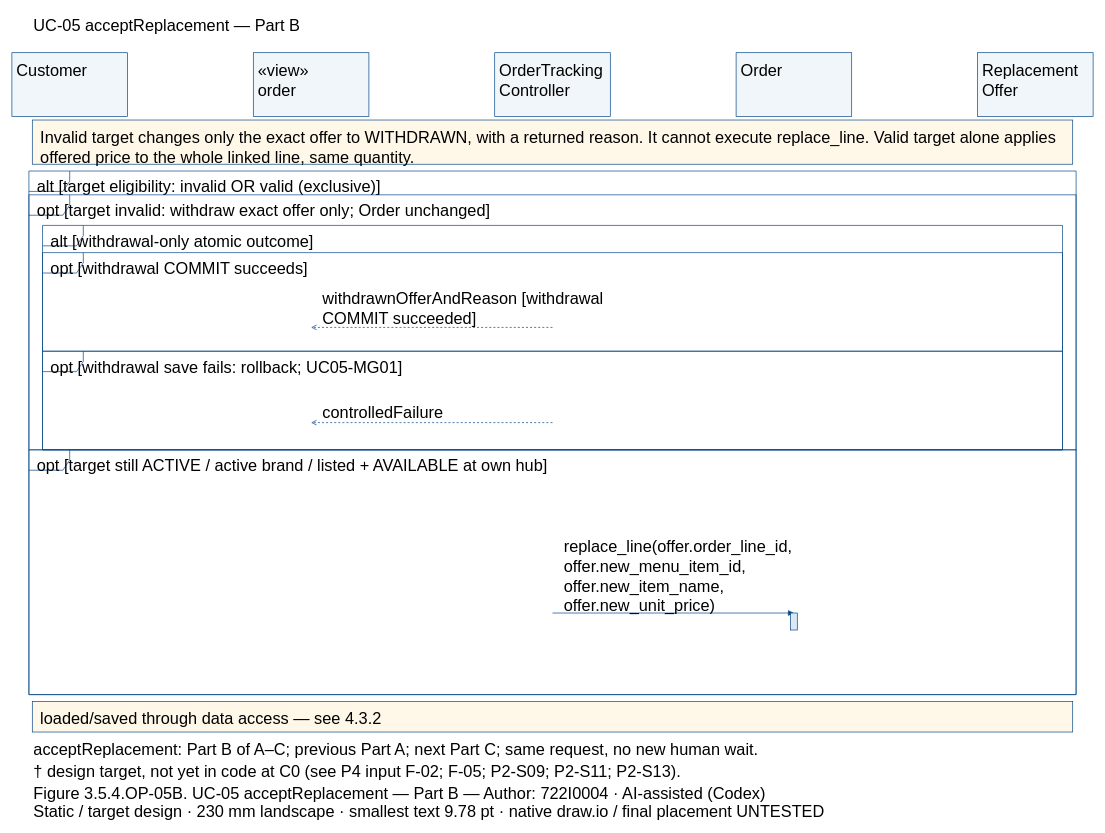
Above: models/UC-05/seq_uc05_acceptReplacement_PartB.drawio in Dat071104/SaigonBite (draw.io), before the change. Source tidied: cells renumbered, new cells numbered last; positions are measured from the earlier drawing's top-left corner, leaving out a move shared by most shapes. Both pictures are drawn from the tidied source at 68%, with x=0, y=0 at pixel (12, 12).
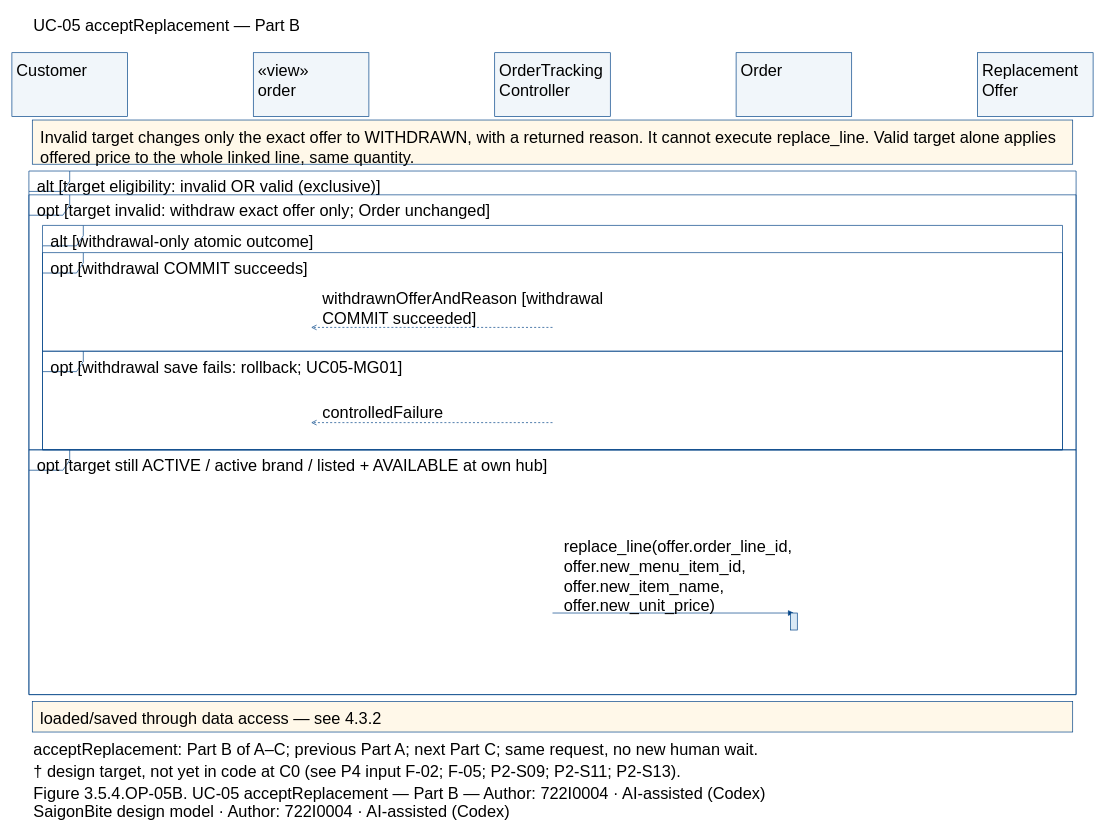
The same diagram, later.

What changed in the source:
```diff
@@
-    <mxCell id="45" value="Static / target design · 230 mm landscape · smallest text 9.78 pt · native draw.io / final placement UNTESTED" style="text;align=left;verticalAlign=top;strokeColor=none;fillColor=none;fontFamily=Arial;fontSize=24;whiteSpace=wrap;html=0;" parent="1" vertex="1">
+    <mxCell id="45" value="SaigonBite design model · Author: 722I0004 · AI-assisted (Codex)" style="text;align=left;verticalAlign=top;strokeColor=none;fillColor=none;fontFamily=Arial;fontSize=24;whiteSpace=wrap;html=0;" parent="1" vertex="1">
       <mxGeometry x="30" y="1155" width="1530" height="27.6" as="geometry" />
     </mxCell>
```
